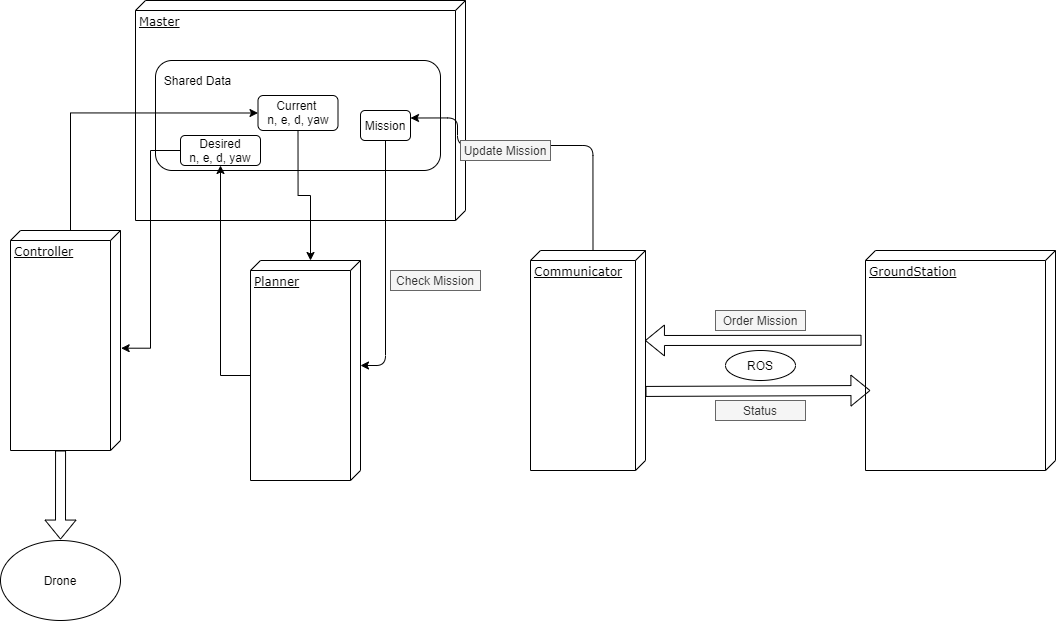
sh-song/vision-based-drone-control keeps this draw.io diagram as vbdc.png. Above is the earlier version. Source tidied: cells renumbered, new cells last; positions are measured from the earlier drawing's top-left corner, leaving out a move shared by most shapes.
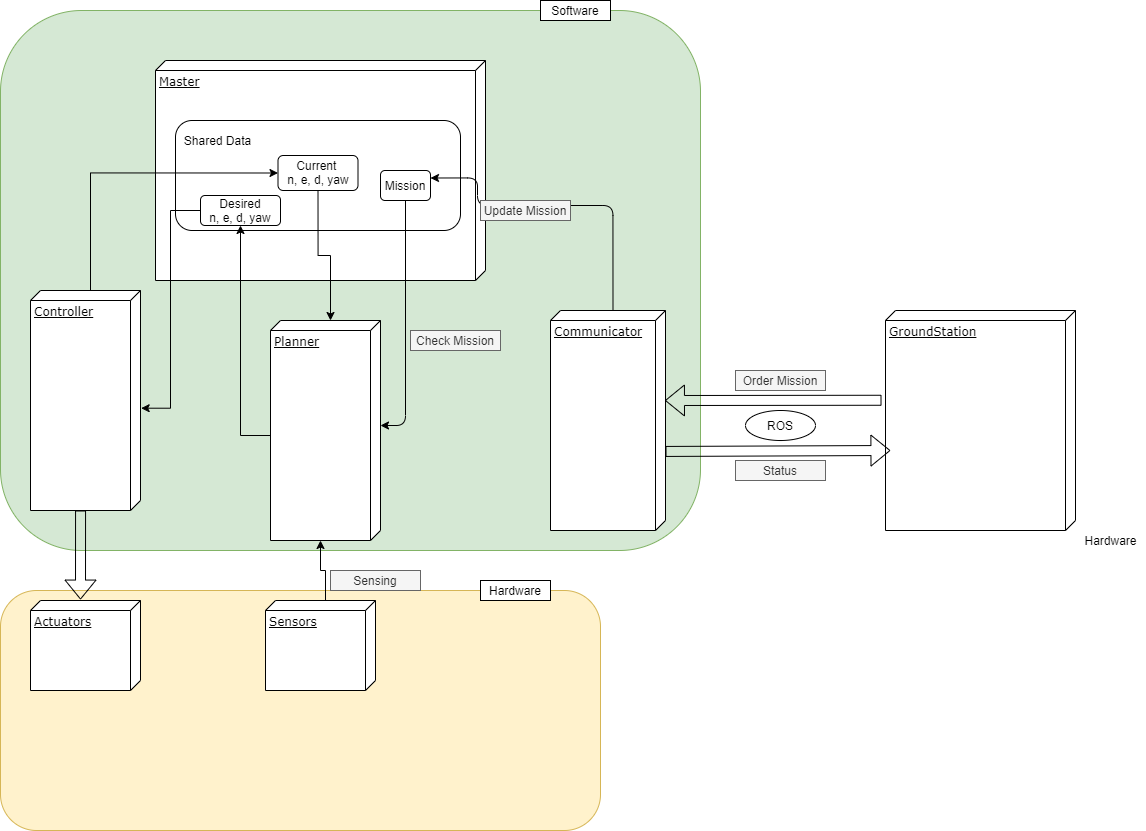
Later version of the same file.

Diff of the diagram source:
```diff
@@ -2,6 +2,12 @@
   <root>
     <mxCell id="0" />
     <mxCell id="1" parent="0" />
+    <mxCell id="27" style="rounded=1;whiteSpace=wrap;html=1;fillColor=#d5e8d4;strokeColor=#82b366;" parent="1" vertex="1">
+      <mxGeometry x="-20" y="-50" width="700" height="540" as="geometry" />
+    </mxCell>
+    <mxCell id="28" style="rounded=1;whiteSpace=wrap;html=1;fillColor=#fff2cc;strokeColor=#d6b656;" parent="1" vertex="1">
+      <mxGeometry x="-20" y="530" width="600" height="240" as="geometry" />
+    </mxCell>
     <mxCell id="2" value="Controller" style="verticalAlign=top;align=left;spacingTop=8;spacingLeft=2;spacingRight=12;shape=cube;size=10;direction=south;fontStyle=4;html=1;rounded=0;shadow=0;comic=0;labelBackgroundColor=none;strokeWidth=1;fontFamily=Verdana;fontSize=12;" parent="1" vertex="1">
       <mxGeometry x="10" y="230" width="110" height="220" as="geometry" />
     </mxCell>
@@ -88,14 +94,32 @@
         <mxPoint x="60" y="539.1" as="targetPoint" />
       </mxGeometry>
     </mxCell>
-    <mxCell id="24" value="Drone" style="ellipse;whiteSpace=wrap;html=1;" parent="1" vertex="1">
-      <mxGeometry y="540" width="120" height="80" as="geometry" />
-    </mxCell>
     <mxCell id="25" style="edgeStyle=orthogonalEdgeStyle;rounded=0;jettySize=auto;html=1;exitX=0;exitY=0;exitDx=0;exitDy=50;exitPerimeter=0;entryX=0;entryY=0.5;entryDx=0;entryDy=0;" parent="1" edge="1" source="2" target="19">
       <mxGeometry relative="1" as="geometry" />
     </mxCell>
     <mxCell id="26" value="ROS" style="ellipse;whiteSpace=wrap;html=1;" parent="1" vertex="1">
       <mxGeometry x="725" y="350" width="70" height="30" as="geometry" />
     </mxCell>
+    <mxCell id="29" style="edgeStyle=orthogonalEdgeStyle;rounded=0;jettySize=auto;html=1;exitX=0;exitY=0;exitDx=0;exitDy=50;exitPerimeter=0;entryX=0;entryY=0;entryDx=220;entryDy=60;entryPerimeter=0;" parent="1" edge="1" source="30" target="3">
+      <mxGeometry relative="1" as="geometry" />
+    </mxCell>
+    <mxCell id="30" value="Sensors" style="verticalAlign=top;align=left;spacingTop=8;spacingLeft=2;spacingRight=12;shape=cube;size=10;direction=south;fontStyle=4;html=1;rounded=0;shadow=0;comic=0;labelBackgroundColor=none;strokeWidth=1;fontFamily=Verdana;fontSize=12;" parent="1" vertex="1">
+      <mxGeometry x="245" y="540" width="110" height="90" as="geometry" />
+    </mxCell>
+    <mxCell id="31" value="Actuators" style="verticalAlign=top;align=left;spacingTop=8;spacingLeft=2;spacingRight=12;shape=cube;size=10;direction=south;fontStyle=4;html=1;rounded=0;shadow=0;comic=0;labelBackgroundColor=none;strokeWidth=1;fontFamily=Verdana;fontSize=12;" parent="1" vertex="1">
+      <mxGeometry x="10" y="540" width="110" height="90" as="geometry" />
+    </mxCell>
+    <mxCell id="32" value="Sensing" style="rounded=0;whiteSpace=wrap;html=1;sketch=0;fillColor=#f5f5f5;strokeColor=#666666;fontColor=#333333;" parent="1" vertex="1">
+      <mxGeometry x="310" y="510" width="90" height="20" as="geometry" />
+    </mxCell>
+    <mxCell id="33" value="Hardware" style="text;html=1;align=center;verticalAlign=middle;strokeColor=none;" parent="1" vertex="1">
+      <mxGeometry x="1055" y="470" width="70" height="20" as="geometry" />
+    </mxCell>
+    <mxCell id="34" value="Hardware" style="whiteSpace=wrap;html=1;" parent="1" vertex="1">
+      <mxGeometry x="460" y="520" width="70" height="20" as="geometry" />
+    </mxCell>
+    <mxCell id="35" value="Software" style="whiteSpace=wrap;html=1;" parent="1" vertex="1">
+      <mxGeometry x="520" y="-60" width="70" height="20" as="geometry" />
+    </mxCell>
   </root>
 </mxGraphModel>
```
